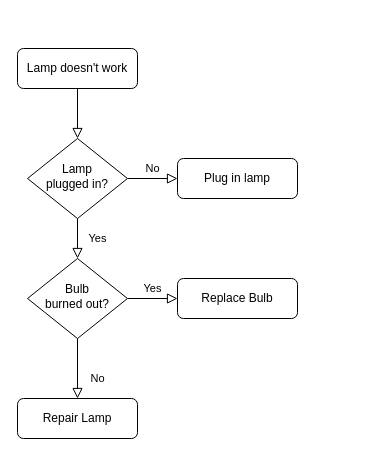
jiahy0825/draw.io keeps this draw.io diagram as 未命名绘图.drawio. Above is the earlier version. Source tidied: cells renumbered, new cells numbered last; positions are measured from the earlier drawing's top-left corner, leaving out a move shared by most shapes. Both pictures are drawn from the tidied source at 100%, with x=0, y=0 at pixel (17, 48).
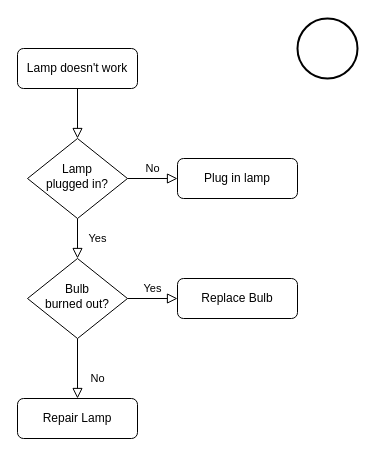
Above is the later version.

Commit message (it also covers changes not shown here):
更新未命名绘图.drawio

What changed in the source:
```diff
@@
 <mxGraphModel>
   <root>
     <mxCell id="0" />
     <mxCell id="1" parent="0" />
     <mxCell id="2" style="rounded=0;html=1;jettySize=auto;fontSize=11;endArrow=block;endFill=0;endSize=8;strokeWidth=1;shadow=0;labelBackgroundColor=none;edgeStyle=orthogonalEdgeStyle;" parent="1" edge="1" source="3" target="6">
       <mxGeometry relative="1" as="geometry" />
     </mxCell>
     <mxCell id="3" value="Lamp doesn't work" style="rounded=1;whiteSpace=wrap;html=1;fontSize=12;glass=0;strokeWidth=1;shadow=0;" parent="1" vertex="1">
       <mxGeometry width="120" height="40" as="geometry" />
     </mxCell>
     <mxCell id="4" value="Yes" style="rounded=0;html=1;jettySize=auto;fontSize=11;endArrow=block;endFill=0;endSize=8;strokeWidth=1;shadow=0;labelBackgroundColor=none;edgeStyle=orthogonalEdgeStyle;" parent="1" edge="1" source="6" target="10">
       <mxGeometry y="20" relative="1" as="geometry" />
     </mxCell>
     <mxCell id="5" value="No" style="edgeStyle=orthogonalEdgeStyle;rounded=0;html=1;jettySize=auto;fontSize=11;endArrow=block;endFill=0;endSize=8;strokeWidth=1;shadow=0;labelBackgroundColor=none;" parent="1" edge="1" source="6" target="7">
       <mxGeometry y="10" relative="1" as="geometry" />
     </mxCell>
     <mxCell id="6" value="Lamp&lt;br&gt;plugged in?" style="rhombus;whiteSpace=wrap;html=1;shadow=0;fontFamily=Helvetica;fontSize=12;align=center;strokeWidth=1;spacing=6;spacingTop=-4;" parent="1" vertex="1">
       <mxGeometry x="10" y="90" width="100" height="80" as="geometry" />
     </mxCell>
     <mxCell id="7" value="Plug in lamp" style="rounded=1;whiteSpace=wrap;html=1;fontSize=12;glass=0;strokeWidth=1;shadow=0;" parent="1" vertex="1">
       <mxGeometry x="160" y="110" width="120" height="40" as="geometry" />
     </mxCell>
     <mxCell id="8" value="No" style="rounded=0;html=1;jettySize=auto;fontSize=11;endArrow=block;endFill=0;endSize=8;strokeWidth=1;shadow=0;labelBackgroundColor=none;edgeStyle=orthogonalEdgeStyle;" parent="1" edge="1" source="10" target="11">
       <mxGeometry x="0.33" y="20" relative="1" as="geometry" />
     </mxCell>
     <mxCell id="9" value="Yes" style="edgeStyle=orthogonalEdgeStyle;rounded=0;html=1;jettySize=auto;fontSize=11;endArrow=block;endFill=0;endSize=8;strokeWidth=1;shadow=0;labelBackgroundColor=none;" parent="1" edge="1" source="10" target="12">
       <mxGeometry y="10" relative="1" as="geometry" />
     </mxCell>
     <mxCell id="10" value="Bulb&lt;br&gt;burned out?" style="rhombus;whiteSpace=wrap;html=1;shadow=0;fontFamily=Helvetica;fontSize=12;align=center;strokeWidth=1;spacing=6;spacingTop=-4;" parent="1" vertex="1">
       <mxGeometry x="10" y="210" width="100" height="80" as="geometry" />
     </mxCell>
     <mxCell id="11" value="Repair Lamp" style="rounded=1;whiteSpace=wrap;html=1;fontSize=12;glass=0;strokeWidth=1;shadow=0;" parent="1" vertex="1">
       <mxGeometry y="350" width="120" height="40" as="geometry" />
     </mxCell>
     <mxCell id="12" value="Replace Bulb" style="rounded=1;whiteSpace=wrap;html=1;fontSize=12;glass=0;strokeWidth=1;shadow=0;" parent="1" vertex="1">
       <mxGeometry x="160" y="230" width="120" height="40" as="geometry" />
     </mxCell>
+    <mxCell id="13" style="strokeWidth=2;html=1;shape=mxgraph.flowchart.start_2;whiteSpace=wrap;" parent="1" vertex="1">
+      <mxGeometry x="280" y="-30" width="60" height="60" as="geometry" />
+    </mxCell>
   </root>
 </mxGraphModel>
```
